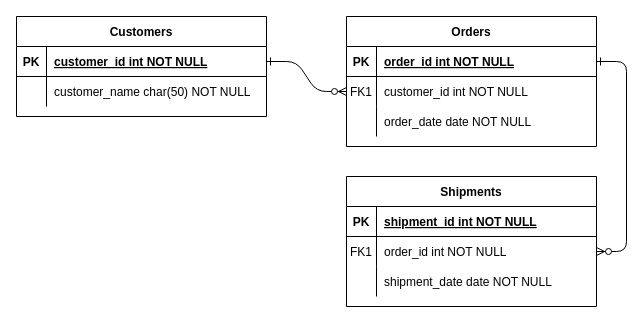
Before: ER_Oficina.drawio in EduardoCostaEXE/Desafios-DIO, a draw.io diagram. Source tidied: cells renumbered, new cells numbered last; positions are measured from the earlier drawing's top-left corner, leaving out a move shared by most shapes. Both pictures are drawn from the tidied source at 100%, with x=0, y=0 at pixel (16, 16).
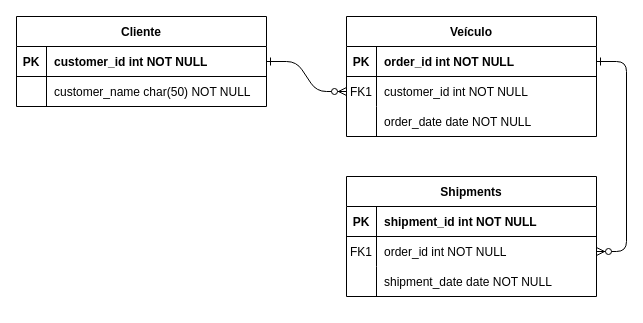
After the change.

The change refers to these unchanged cells:
```xml
<mxCell id="5" style="shape=partialRectangle;fillColor=none;points=[[0,0.5],[1,0.5]];portConstraint=eastwest;top=0;left=0;right=0;bottom=1;" parent="4" vertex="1">
  <mxGeometry y="30" width="250" height="30" as="geometry" />
</mxCell>
<mxCell id="15" style="shape=partialRectangle;fillColor=none;top=0;left=0;right=0;bottom=1;" parent="14" vertex="1">
  <mxGeometry y="30" width="250" height="30" as="geometry" />
</mxCell>
<mxCell id="25" style="shape=partialRectangle;fillColor=none;points=[[0,0.5],[1,0.5]];portConstraint=eastwest;top=0;left=0;right=0;bottom=1;" parent="24" vertex="1">
  <mxGeometry y="30" width="250" height="30" as="geometry" />
</mxCell>
```

What changed in the source:
```diff
@@
-    <mxCell id="4" value="Orders" style="shape=table;startSize=30;childLayout=tableLayout;rowLines=0;fontStyle=1;align=center;" parent="1" vertex="1">
-      <mxGeometry x="330" width="250" height="130" as="geometry" />
+    <mxCell id="4" value="Veículo" style="shape=table;startSize=30;childLayout=tableLayout;rowLines=0;fontStyle=1;align=center;labelBackgroundColor=none;swimlaneFillColor=default;" parent="1" vertex="1">
+      <mxGeometry x="330" width="250" height="120" as="geometry" />
     </mxCell>
@@
-    <mxCell id="7" value="order_id int NOT NULL " style="shape=partialRectangle;overflow=hidden;fillColor=none;top=0;left=0;bottom=0;right=0;align=left;spacingLeft=6;fontStyle=5;" parent="5" vertex="1">
+    <mxCell id="7" value="order_id int NOT NULL " style="shape=partialRectangle;overflow=hidden;fillColor=none;top=0;left=0;bottom=0;right=0;align=left;spacingLeft=6;fontStyle=1;" parent="5" vertex="1">
       <mxGeometry x="30" width="220" height="30" as="geometry" />
     </mxCell>
@@
-    <mxCell id="14" value="Shipments" style="shape=table;startSize=30;childLayout=tableLayout;rowLines=0;fontStyle=1;align=center;" parent="1" vertex="1">
-      <mxGeometry x="330" y="160" width="250" height="130" as="geometry" />
+    <mxCell id="14" value="Shipments" style="shape=table;startSize=30;childLayout=tableLayout;rowLines=0;fontStyle=1;align=center;swimlaneFillColor=default;" parent="1" vertex="1">
+      <mxGeometry x="330" y="160" width="250" height="120" as="geometry" />
     </mxCell>
@@
-    <mxCell id="17" value="shipment_id int NOT NULL " style="shape=partialRectangle;overflow=hidden;fillColor=none;top=0;left=0;bottom=0;right=0;align=left;spacingLeft=6;fontStyle=5;" parent="15" vertex="1">
+    <mxCell id="17" value="shipment_id int NOT NULL " style="shape=partialRectangle;overflow=hidden;fillColor=none;top=0;left=0;bottom=0;right=0;align=left;spacingLeft=6;fontStyle=1;" parent="15" vertex="1">
       <mxGeometry x="30" width="220" height="30" as="geometry" />
     </mxCell>
@@
-    <mxCell id="24" value="Customers" style="shape=table;startSize=30;childLayout=tableLayout;rowLines=0;fontStyle=1;align=center;" parent="1" vertex="1">
-      <mxGeometry width="250" height="100" as="geometry" />
+    <mxCell id="24" value="Cliente" style="shape=table;startSize=30;childLayout=tableLayout;rowLines=0;fontStyle=1;align=center;swimlaneFillColor=default;" parent="1" vertex="1">
+      <mxGeometry width="250" height="90" as="geometry" />
     </mxCell>
@@
-    <mxCell id="27" value="customer_id int NOT NULL " style="shape=partialRectangle;overflow=hidden;fillColor=none;top=0;left=0;bottom=0;right=0;align=left;spacingLeft=6;fontStyle=5;" parent="25" vertex="1">
+    <mxCell id="27" value="customer_id int NOT NULL " style="shape=partialRectangle;overflow=hidden;fillColor=none;top=0;left=0;bottom=0;right=0;align=left;spacingLeft=6;fontStyle=1;" parent="25" vertex="1">
       <mxGeometry x="30" width="220" height="30" as="geometry" />
     </mxCell>
```
